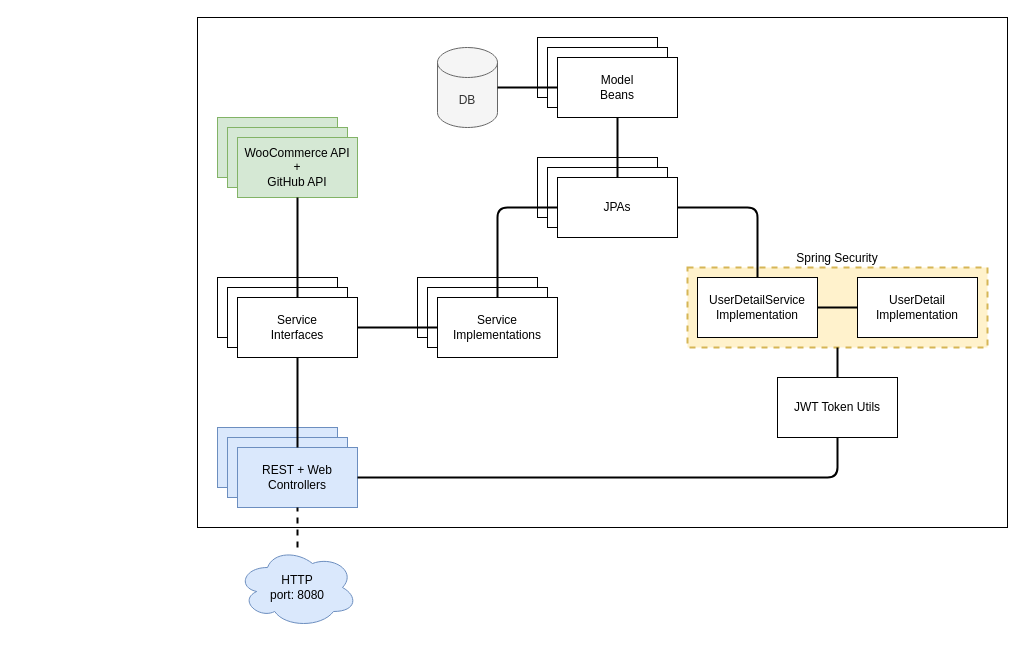
The draw.io diagram ProjectStructur.drawio in OMorlotti/P12, before the edit. Source tidied: cells renumbered, new cells numbered last; positions are measured from the earlier drawing's top-left corner, leaving out a move shared by most shapes. Both pictures are drawn from the tidied source at 100%, with x=0, y=0 at pixel (197, 17).
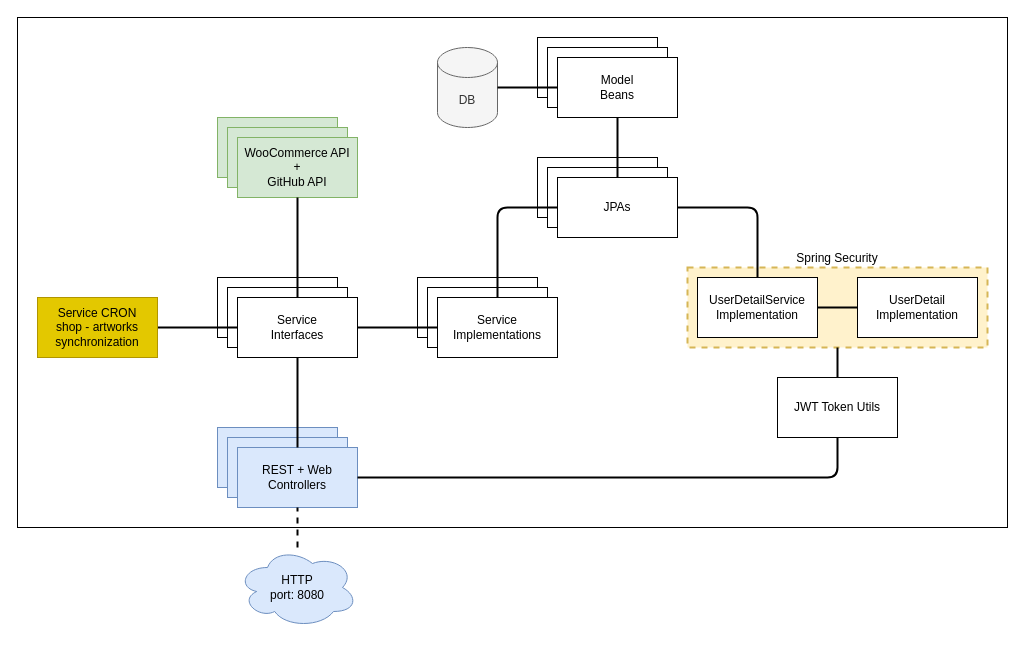
After the change.

Unchanged cells that the change refers to:
```xml
<mxCell id="40" value="Service&lt;br&gt;Interfaces" style="rounded=0;whiteSpace=wrap;html=1;" parent="37" vertex="1">
  <mxGeometry x="20" y="20" width="120" height="60" as="geometry" />
</mxCell>
```

What changed in the source:
```diff
@@
     <mxCell id="2" style="rounded=0;whiteSpace=wrap;html=1;" parent="1" vertex="1">
-      <mxGeometry width="810" height="510" as="geometry" />
+      <mxGeometry x="-180" width="990" height="510" as="geometry" />
     </mxCell>
@@
+    <mxCell id="46" style="edgeStyle=orthogonalEdgeStyle;rounded=0;jettySize=auto;html=1;endArrow=none;endFill=0;strokeWidth=2;" parent="1" edge="1" source="47" target="40">
+      <mxGeometry relative="1" as="geometry" />
+    </mxCell>
+    <mxCell id="47" value="Service CRON&lt;br&gt;shop - artworks&lt;br&gt;synchronization" style="rounded=0;whiteSpace=wrap;html=1;strokeWidth=1;fillColor=#e3c800;strokeColor=#B09500;fontColor=#000000;" parent="1" vertex="1">
+      <mxGeometry x="-160" y="280" width="120" height="60" as="geometry" />
+    </mxCell>
```
